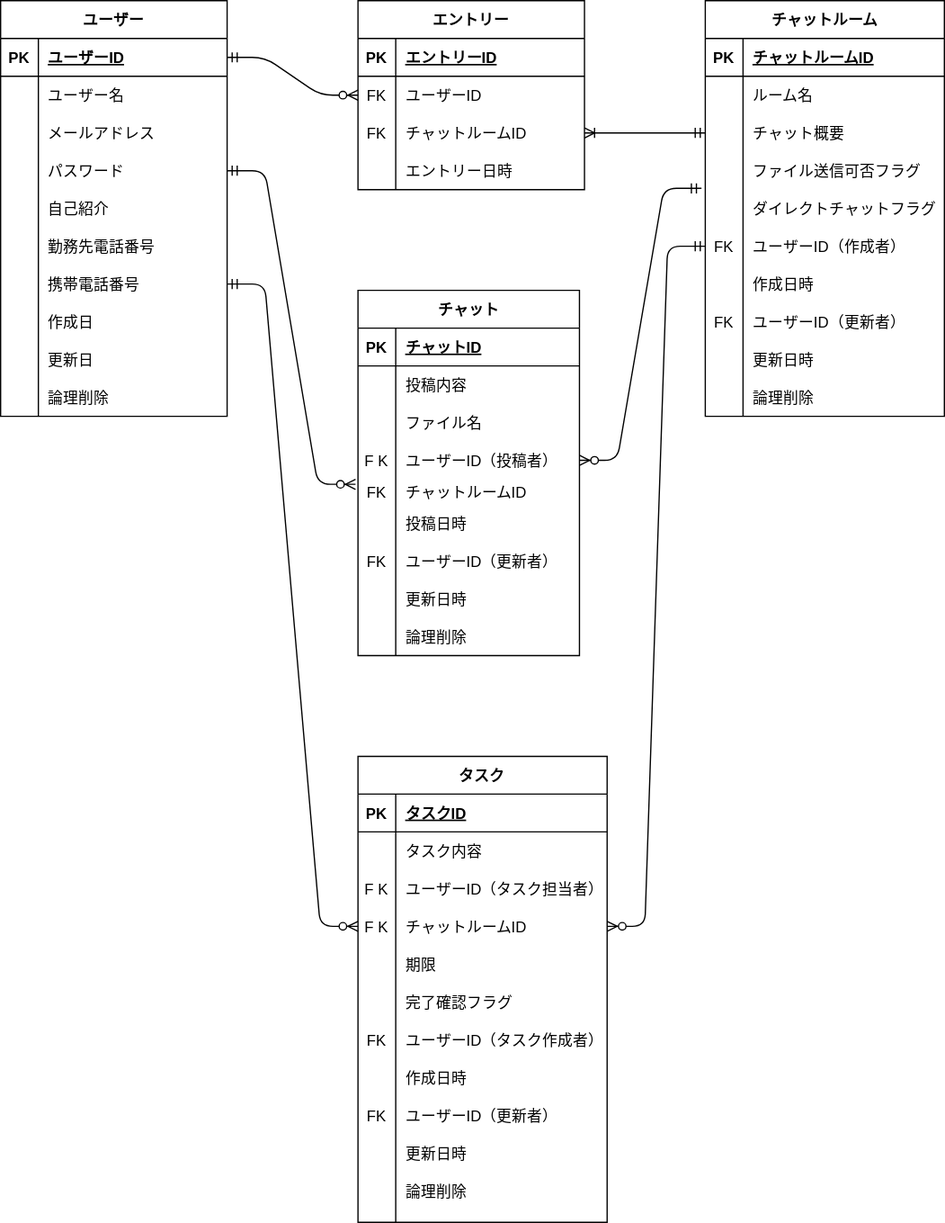
Earlier version of the draw.io export db/db-challenge1/ERDiagram.drawio.svg (Theo08100404/codegym-db). Source tidied: cells renumbered, new cells last; positions are measured from the earlier drawing's top-left corner, leaving out a move shared by most shapes.
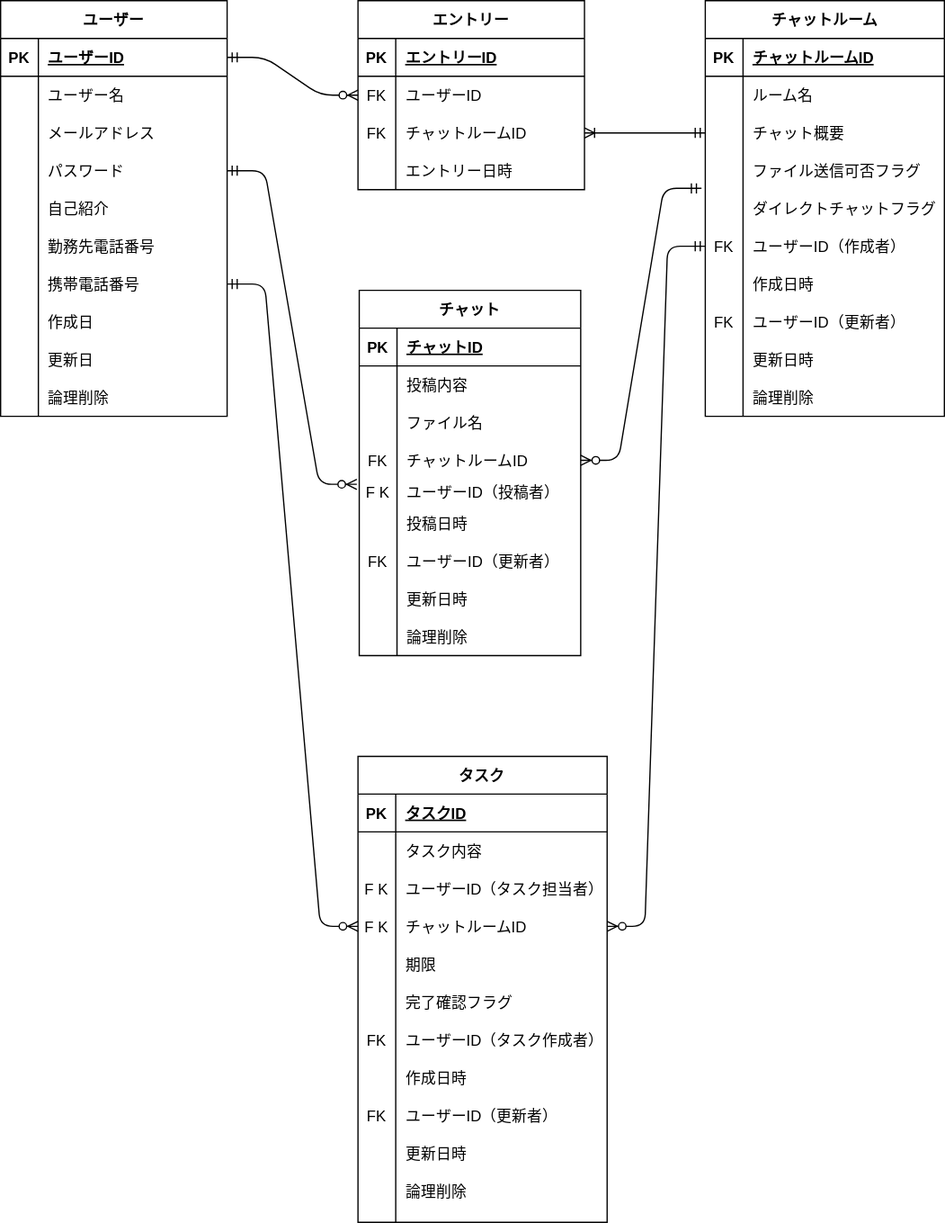
The same file after the commit.

Change to the diagram source:
```diff
@@ -20,7 +20,7 @@
     <mxCell id="7" style="shape=partialRectangle;fillColor=none;top=0;left=0;bottom=0;right=0;overflow=hidden;" parent="6" vertex="1">
       <mxGeometry width="30" height="30" as="geometry" />
     </mxCell>
-    <mxCell id="8" value="ユーザー名" style="shape=partialRectangle;fillColor=none;top=0;left=0;bottom=0;right=0;align=left;spacingLeft=6;overflow=hidden;" parent="6" vertex="1">
+    <mxCell id="8" value=" ユーザー名" style="shape=partialRectangle;fillColor=none;top=0;left=0;bottom=0;right=0;align=left;spacingLeft=6;overflow=hidden;" parent="6" vertex="1">
       <mxGeometry x="30" width="150" height="30" as="geometry" />
     </mxCell>
     <mxCell id="9" style="shape=partialRectangle;fillColor=none;top=0;left=0;bottom=0;right=0;" parent="2" vertex="1">
@@ -291,7 +291,7 @@
       <mxGeometry x="30" width="168" height="30" as="geometry" />
     </mxCell>
     <mxCell id="98" value="チャット" style="shape=table;startSize=30;rowLines=0;fontStyle=1;align=center;" parent="1" vertex="1">
-      <mxGeometry x="284" y="230" width="176" height="290" as="geometry" />
+      <mxGeometry x="285" y="230" width="176" height="290" as="geometry" />
     </mxCell>
     <mxCell id="99" style="shape=partialRectangle;fillColor=none;top=0;left=0;bottom=1;right=0;" parent="98" vertex="1">
       <mxGeometry y="30" width="176" height="30" as="geometry" />
@@ -323,19 +323,19 @@
     <mxCell id="108" style="shape=partialRectangle;fillColor=none;top=0;left=0;bottom=0;right=0;points=[[0,0.5],[1,0.5]];portConstraint=eastwest;" parent="98" vertex="1">
       <mxGeometry y="120" width="176" height="30" as="geometry" />
     </mxCell>
-    <mxCell id="109" value="F K" style="shape=partialRectangle;fillColor=none;top=0;left=0;bottom=0;right=0;overflow=hidden;" parent="108" vertex="1">
+    <mxCell id="109" value="FK" style="shape=partialRectangle;fillColor=none;top=0;left=0;bottom=0;right=0;overflow=hidden;" parent="108" vertex="1">
       <mxGeometry width="30" height="30" as="geometry" />
     </mxCell>
-    <mxCell id="110" value="ユーザーID（投稿者）" style="shape=partialRectangle;fillColor=none;top=0;left=0;bottom=0;right=0;align=left;spacingLeft=6;overflow=hidden;" parent="108" vertex="1">
+    <mxCell id="110" value="チャットルームID" style="shape=partialRectangle;fillColor=none;top=0;left=0;bottom=0;right=0;align=left;spacingLeft=6;overflow=hidden;" parent="108" vertex="1">
       <mxGeometry x="30" width="146" height="30" as="geometry" />
     </mxCell>
     <mxCell id="111" style="shape=partialRectangle;fillColor=none;top=0;left=0;bottom=0;right=0;points=[[0,0.5],[1,0.5]];portConstraint=eastwest;" parent="98" vertex="1">
       <mxGeometry y="150" width="176" height="20" as="geometry" />
     </mxCell>
-    <mxCell id="112" value="FK" style="shape=partialRectangle;fillColor=none;top=0;left=0;bottom=0;right=0;overflow=hidden;" parent="111" vertex="1">
+    <mxCell id="112" value="F K" style="shape=partialRectangle;fillColor=none;top=0;left=0;bottom=0;right=0;overflow=hidden;" parent="111" vertex="1">
       <mxGeometry width="30" height="20" as="geometry" />
     </mxCell>
-    <mxCell id="113" value="チャットルームID" style="shape=partialRectangle;fillColor=none;top=0;left=0;bottom=0;right=0;align=left;spacingLeft=6;overflow=hidden;" parent="111" vertex="1">
+    <mxCell id="113" value="ユーザーID（投稿者）" style="shape=partialRectangle;fillColor=none;top=0;left=0;bottom=0;right=0;align=left;spacingLeft=6;overflow=hidden;" parent="111" vertex="1">
       <mxGeometry x="30" width="146" height="20" as="geometry" />
     </mxCell>
     <mxCell id="114" style="shape=partialRectangle;fillColor=none;top=0;left=0;bottom=0;right=0;" parent="98" vertex="1">
```
